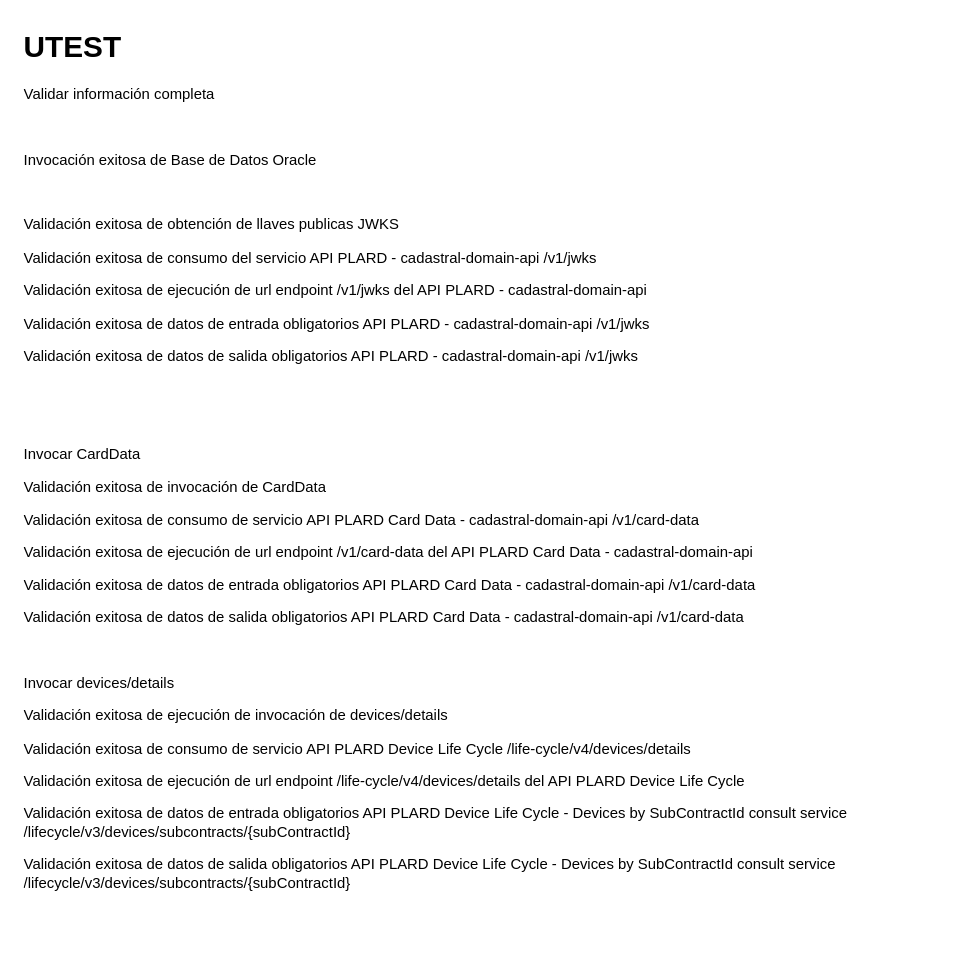
Before: page "UTEST LK02" (18 of 18) of UML M9 93 SD_PLARD_Alta_TDDv3 LK02.drawio in chisvmen/BA_projects, a draw.io diagram. Source tidied: cells renumbered, new cells numbered last; positions are measured from the earlier drawing's top-left corner, leaving out a move shared by most shapes. Both pictures are drawn from the tidied source at 124%, with x=0, y=0 at pixel (21, 21).
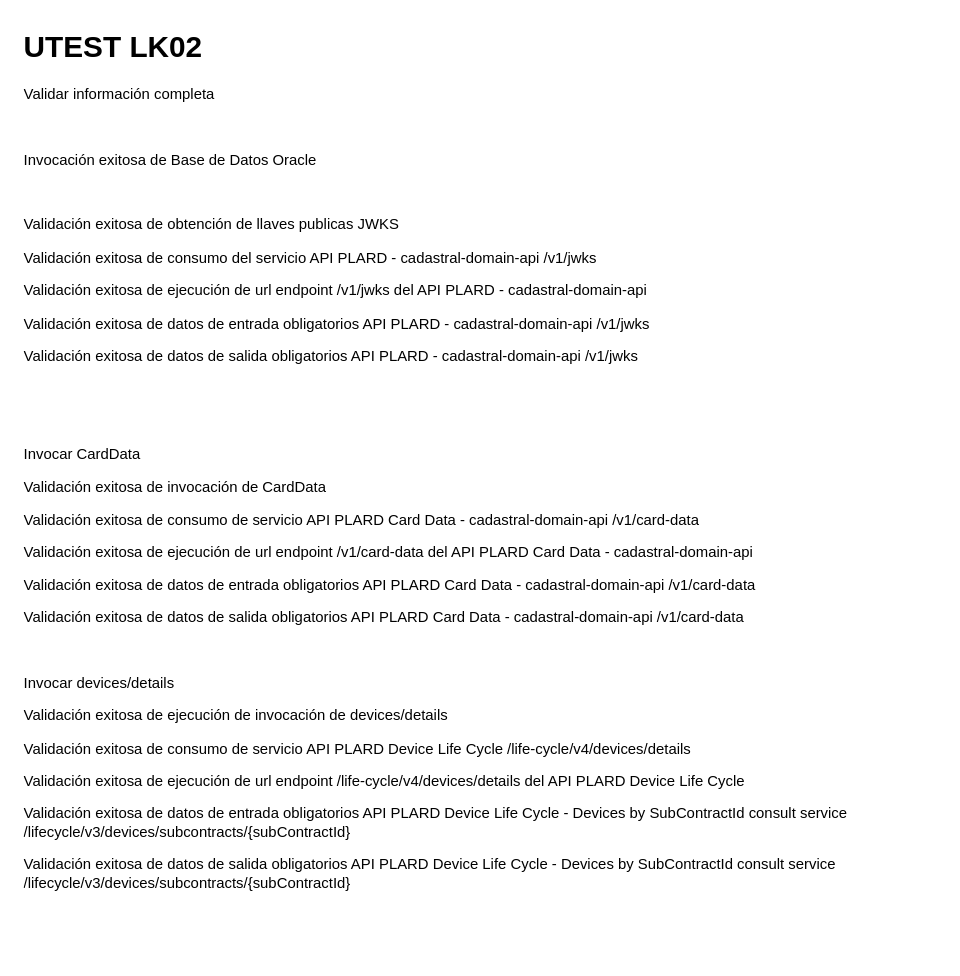
Above is the later version.

What changed in the source:
```diff
@@
 <mxGraphModel>
   <root>
     <mxCell id="0" />
     <mxCell id="1" parent="0" />
-    <mxCell id="2" value="&lt;h1 style=&quot;margin-top: 0px;&quot;&gt;UTEST&lt;/h1&gt;&lt;p&gt;Validar información completa&lt;/p&gt;&lt;p&gt;&lt;br&gt;&lt;/p&gt;&lt;p&gt;Invocación exitosa de Base de Datos Oracle&lt;/p&gt;&lt;p&gt;&lt;br&gt;&lt;/p&gt;&lt;p&gt;Validación exitosa de obtención de llaves publicas JWKS&lt;/p&gt;&lt;p&gt;Validación exitosa de consumo del servicio API PLARD - cadastral-domain-api /v1/jwks&lt;/p&gt;&lt;p&gt;Validación exitosa de ejecución de url endpoint /v1/jwks del API PLARD - cadastral-domain-api&lt;/p&gt;&lt;p&gt;Validación exitosa de datos de entrada obligatorios API PLARD - cadastral-domain-api /v1/jwks&lt;/p&gt;&lt;p&gt;Validación exitosa de datos de salida obligatorios API PLARD - cadastral-domain-api /v1/jwks&lt;/p&gt;&lt;p&gt;&lt;br&gt;&lt;/p&gt;&lt;p&gt;&lt;br&gt;&lt;/p&gt;&lt;p&gt;Invocar CardData&lt;/p&gt;&lt;p&gt;Validación exitosa de invocación de CardData&lt;/p&gt;&lt;p&gt;Validación exitosa de consumo de servicio API PLARD Card Data - cadastral-domain-api /v1/card-data&lt;/p&gt;&lt;p&gt;Validación exitosa de ejecución de url endpoint /v1/card-data del API PLARD Card Data - cadastral-domain-api&lt;/p&gt;&lt;p&gt;Validación exitosa de datos de entrada obligatorios API PLARD Card Data - cadastral-domain-api /v1/card-data&lt;/p&gt;&lt;p&gt;Validación exitosa de datos de salida obligatorios API PLARD Card Data - cadastral-domain-api /v1/card-data&lt;/p&gt;&lt;p&gt;&lt;br&gt;&lt;/p&gt;&lt;p&gt;Invocar devices/details&lt;/p&gt;&lt;p&gt;Validación exitosa de ejecución de invocación de devices/details&lt;/p&gt;&lt;p&gt;Validación exitosa de consumo de servicio API PLARD Device Life Cycle /life-cycle/v4/devices/details&lt;/p&gt;&lt;p&gt;Validación exitosa de ejecución de url endpoint /life-cycle/v4/devices/details del API PLARD Device Life Cycle&lt;/p&gt;&lt;p&gt;Validación exitosa de datos de entrada obligatorios API PLARD Device Life Cycle - Devices by SubContractId consult service /lifecycle/v3/devices/subcontracts/{subContractId}&lt;/p&gt;&lt;p&gt;Validación exitosa de datos de salida obligatorios API PLARD Device Life Cycle - Devices by SubContractId consult service /lifecycle/v3/devices/subcontracts/{subContractId}&lt;/p&gt;&lt;div&gt;&lt;br&gt;&lt;/div&gt;" style="text;html=1;whiteSpace=wrap;overflow=hidden;rounded=0;" parent="1" vertex="1">
+    <mxCell id="2" value="&lt;h1 style=&quot;margin-top: 0px;&quot;&gt;UTEST LK02&lt;/h1&gt;&lt;p&gt;Validar información completa&lt;/p&gt;&lt;p&gt;&lt;br&gt;&lt;/p&gt;&lt;p&gt;Invocación exitosa de Base de Datos Oracle&lt;/p&gt;&lt;p&gt;&lt;br&gt;&lt;/p&gt;&lt;p&gt;Validación exitosa de obtención de llaves publicas JWKS&lt;/p&gt;&lt;p&gt;Validación exitosa de consumo del servicio API PLARD - cadastral-domain-api /v1/jwks&lt;/p&gt;&lt;p&gt;Validación exitosa de ejecución de url endpoint /v1/jwks del API PLARD - cadastral-domain-api&lt;/p&gt;&lt;p&gt;Validación exitosa de datos de entrada obligatorios API PLARD - cadastral-domain-api /v1/jwks&lt;/p&gt;&lt;p&gt;Validación exitosa de datos de salida obligatorios API PLARD - cadastral-domain-api /v1/jwks&lt;/p&gt;&lt;p&gt;&lt;br&gt;&lt;/p&gt;&lt;p&gt;&lt;br&gt;&lt;/p&gt;&lt;p&gt;Invocar CardData&lt;/p&gt;&lt;p&gt;Validación exitosa de invocación de CardData&lt;/p&gt;&lt;p&gt;Validación exitosa de consumo de servicio API PLARD Card Data - cadastral-domain-api /v1/card-data&lt;/p&gt;&lt;p&gt;Validación exitosa de ejecución de url endpoint /v1/card-data del API PLARD Card Data - cadastral-domain-api&lt;/p&gt;&lt;p&gt;Validación exitosa de datos de entrada obligatorios API PLARD Card Data - cadastral-domain-api /v1/card-data&lt;/p&gt;&lt;p&gt;Validación exitosa de datos de salida obligatorios API PLARD Card Data - cadastral-domain-api /v1/card-data&lt;/p&gt;&lt;p&gt;&lt;br&gt;&lt;/p&gt;&lt;p&gt;Invocar devices/details&lt;/p&gt;&lt;p&gt;Validación exitosa de ejecución de invocación de devices/details&lt;/p&gt;&lt;p&gt;Validación exitosa de consumo de servicio API PLARD Device Life Cycle /life-cycle/v4/devices/details&lt;/p&gt;&lt;p&gt;Validación exitosa de ejecución de url endpoint /life-cycle/v4/devices/details del API PLARD Device Life Cycle&lt;/p&gt;&lt;p&gt;Validación exitosa de datos de entrada obligatorios API PLARD Device Life Cycle - Devices by SubContractId consult service /lifecycle/v3/devices/subcontracts/{subContractId}&lt;/p&gt;&lt;p&gt;Validación exitosa de datos de salida obligatorios API PLARD Device Life Cycle - Devices by SubContractId consult service /lifecycle/v3/devices/subcontracts/{subContractId}&lt;/p&gt;&lt;div&gt;&lt;br&gt;&lt;/div&gt;" style="text;html=1;whiteSpace=wrap;overflow=hidden;rounded=0;" parent="1" vertex="1">
       <mxGeometry width="740" height="750" as="geometry" />
     </mxCell>
   </root>
 </mxGraphModel>
```
